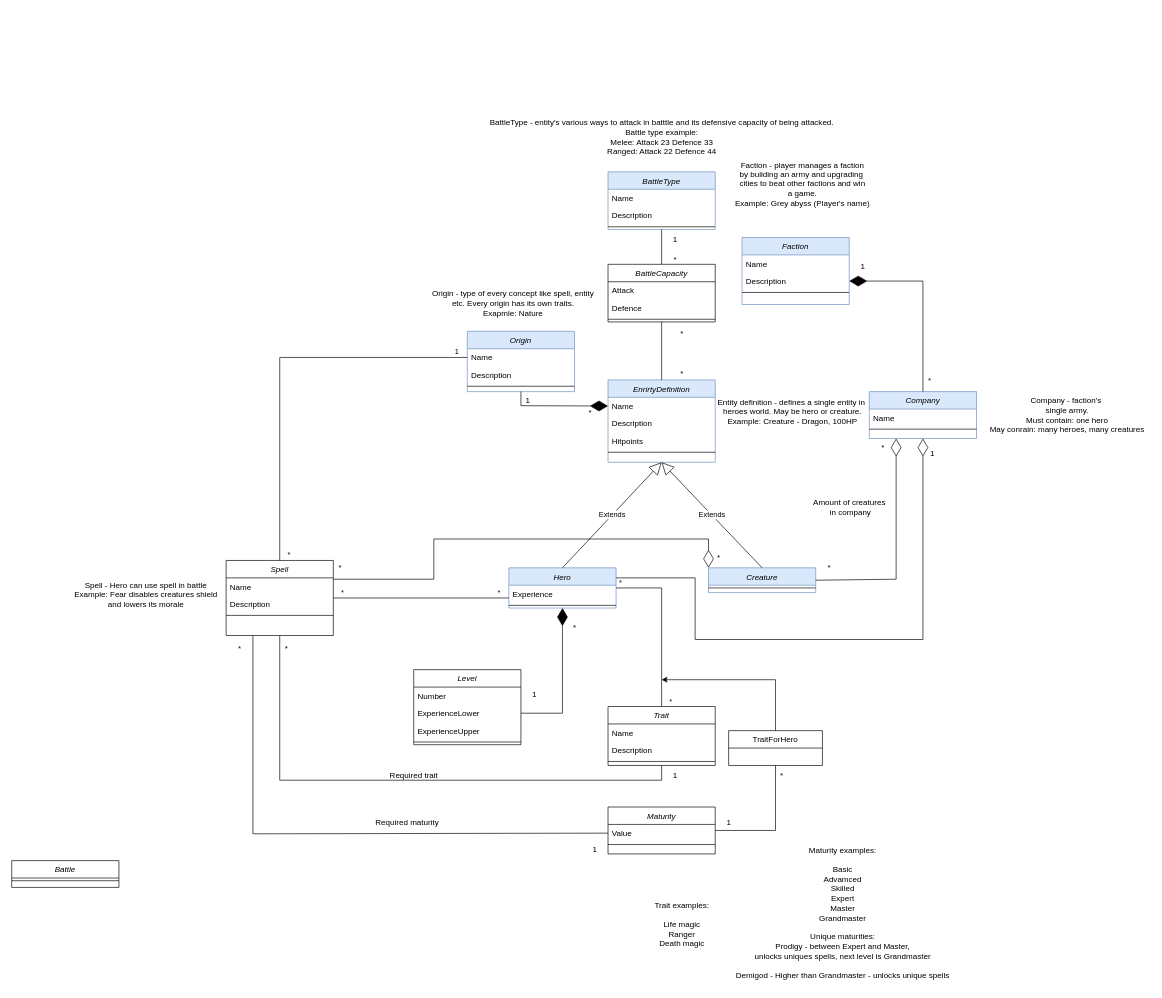
The draw.io diagram documentation/heroes-overview.drawio in petar111/heroes-system, before the edit. Source tidied: cells renumbered, new cells numbered last; positions are measured from the earlier drawing's top-left corner, leaving out a move shared by most shapes. Both pictures are drawn from the tidied source at 67%, with x=0, y=0 at pixel (11, 113).
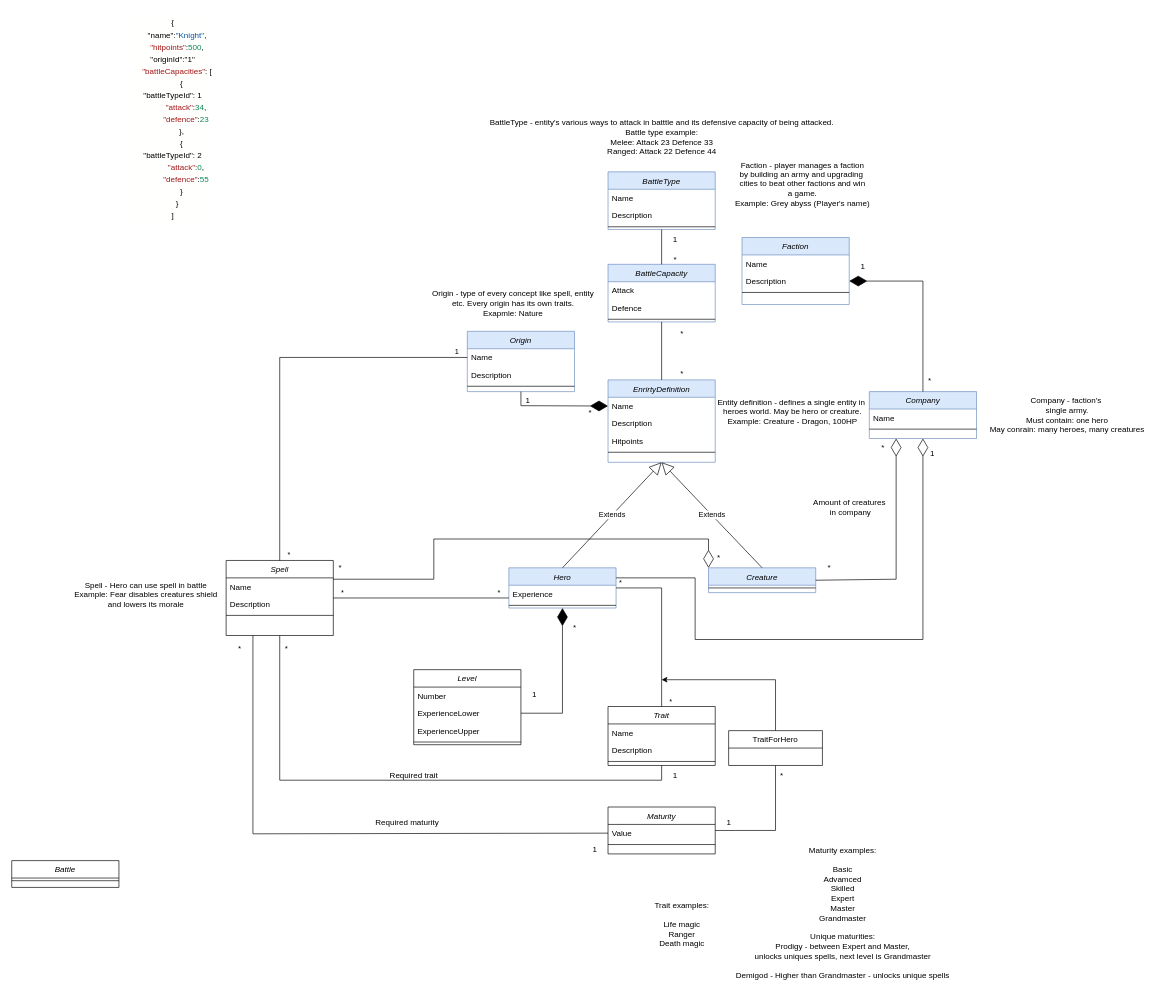
The same diagram, later.

What changed in the source:
```diff
@@
-    <mxCell id="72" value="BattleCapacity" style="swimlane;fontStyle=2;align=center;verticalAlign=top;horizontal=1;startSize=26;rounded=0;shadow=0;strokeWidth=1;" parent="1" vertex="1">
+    <mxCell id="72" value="BattleCapacity" style="swimlane;fontStyle=2;align=center;verticalAlign=top;horizontal=1;startSize=26;rounded=0;shadow=0;strokeWidth=1;fillColor=#dae8fc;strokeColor=#6c8ebf;" parent="1" vertex="1">
       <mxGeometry x="890" y="225" width="160" height="86" as="geometry" />
     </mxCell>
@@
+    <mxCell id="105" value="&lt;div style=&quot;background-color: rgb(255, 255, 254); line-height: 18px;&quot;&gt;&lt;div&gt;{&lt;/div&gt;&lt;div&gt;&amp;nbsp;&amp;nbsp;&amp;nbsp;&amp;nbsp;&quot;name&quot;:&lt;span style=&quot;color: #0451a5;&quot;&gt;&quot;Knight&quot;&lt;/span&gt;,&lt;/div&gt;&lt;div&gt;&amp;nbsp;&amp;nbsp;&amp;nbsp;&amp;nbsp;&lt;span style=&quot;color: #a31515;&quot;&gt;&quot;hitpoints&quot;&lt;/span&gt;:&lt;span style=&quot;color: #098658;&quot;&gt;500&lt;/span&gt;,&lt;/div&gt;&lt;div&gt;&quot;originId&quot;:&quot;1&quot;&lt;/div&gt;&lt;div&gt;&amp;nbsp;&amp;nbsp;&amp;nbsp;&amp;nbsp;&lt;span style=&quot;color: #a31515;&quot;&gt;&quot;battleCapacities&quot;&lt;/span&gt;: [&lt;/div&gt;&lt;div&gt;&amp;nbsp;&amp;nbsp;&amp;nbsp;&amp;nbsp;&amp;nbsp;&amp;nbsp;&amp;nbsp;&amp;nbsp;{&lt;/div&gt;&lt;div&gt;&quot;battleTypeId&quot;: 1&lt;/div&gt;&lt;div&gt;&amp;nbsp;&amp;nbsp;&amp;nbsp;&amp;nbsp;&amp;nbsp;&amp;nbsp;&amp;nbsp;&amp;nbsp;&amp;nbsp;&amp;nbsp;&amp;nbsp;&amp;nbsp;&lt;span style=&quot;color: #a31515;&quot;&gt;&quot;attack&quot;&lt;/span&gt;:&lt;span style=&quot;color: #098658;&quot;&gt;34&lt;/span&gt;,&lt;/div&gt;&lt;div&gt;&amp;nbsp;&amp;nbsp;&amp;nbsp;&amp;nbsp;&amp;nbsp;&amp;nbsp;&amp;nbsp;&amp;nbsp;&amp;nbsp;&amp;nbsp;&amp;nbsp;&amp;nbsp;&lt;span style=&quot;color: #a31515;&quot;&gt;&quot;defence&quot;&lt;/span&gt;:&lt;span style=&quot;color: #098658;&quot;&gt;23&lt;/span&gt;&lt;/div&gt;&lt;div&gt;&amp;nbsp;&amp;nbsp;&amp;nbsp;&amp;nbsp;&amp;nbsp;&amp;nbsp;&amp;nbsp;&amp;nbsp;},&lt;/div&gt;&lt;div&gt;&amp;nbsp;&amp;nbsp;&amp;nbsp;&amp;nbsp;&amp;nbsp;&amp;nbsp;&amp;nbsp;&amp;nbsp;{&lt;/div&gt;&lt;div&gt;&quot;battleTypeId&quot;: 2&lt;br&gt;&lt;/div&gt;&lt;div&gt;&amp;nbsp;&amp;nbsp;&amp;nbsp;&amp;nbsp;&amp;nbsp;&amp;nbsp;&amp;nbsp;&amp;nbsp;&amp;nbsp;&amp;nbsp;&amp;nbsp;&amp;nbsp;&lt;span style=&quot;color: #a31515;&quot;&gt;&quot;attack&quot;&lt;/span&gt;:&lt;span style=&quot;color: #098658;&quot;&gt;0&lt;/span&gt;,&lt;/div&gt;&lt;div&gt;&amp;nbsp;&amp;nbsp;&amp;nbsp;&amp;nbsp;&amp;nbsp;&amp;nbsp;&amp;nbsp;&amp;nbsp;&amp;nbsp;&amp;nbsp;&amp;nbsp;&amp;nbsp;&lt;span style=&quot;color: #a31515;&quot;&gt;&quot;defence&quot;&lt;/span&gt;:&lt;span style=&quot;color: #098658;&quot;&gt;55&lt;/span&gt;&lt;/div&gt;&lt;div&gt;&amp;nbsp;&amp;nbsp;&amp;nbsp;&amp;nbsp;&amp;nbsp;&amp;nbsp;&amp;nbsp;&amp;nbsp;}&lt;/div&gt;&lt;div&gt;&amp;nbsp;&amp;nbsp;&amp;nbsp;&amp;nbsp;}&lt;/div&gt;&lt;div&gt;]&lt;/div&gt;&lt;/div&gt;" style="text;html=1;align=center;verticalAlign=middle;strokeColor=none;fillColor=none;" parent="1" vertex="1">
+      <mxGeometry x="170" y="-152" width="140" height="320" as="geometry" />
+    </mxCell>
```
